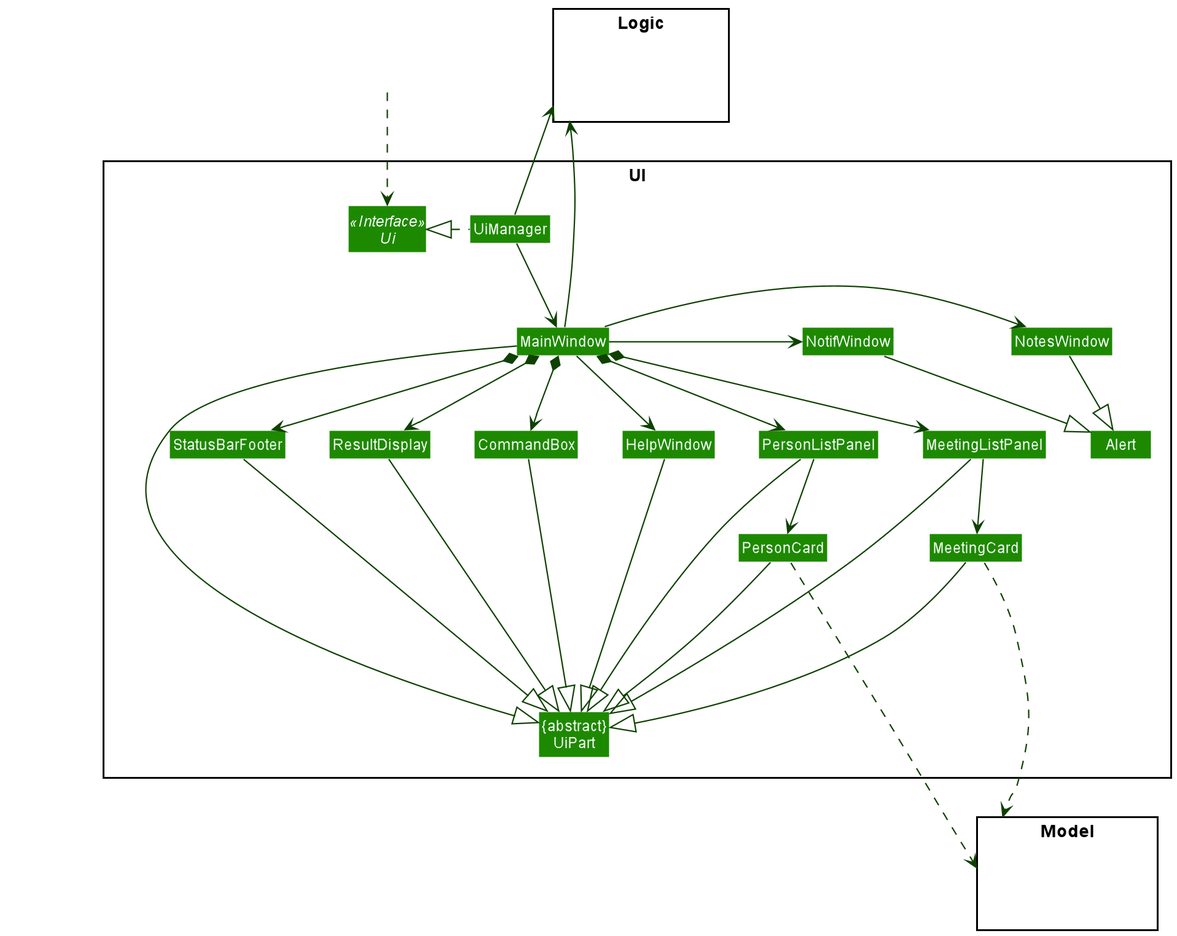
nus-cs2103-AY2021S2/tp keeps this PlantUML diagram as docs/images/UiClassDiagram.png. Above is the earlier version.
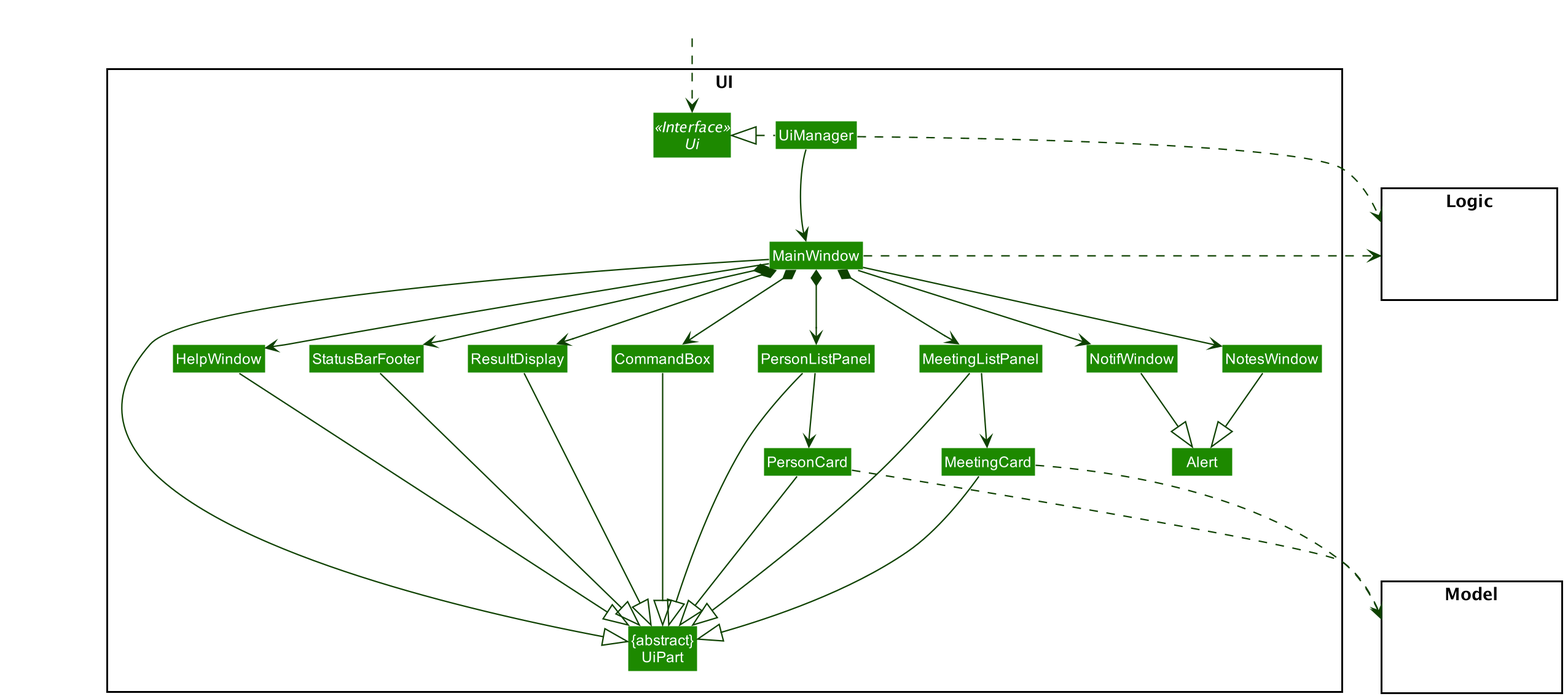
After the commit.

Change to the diagram source:
```diff
@@ -33,8 +33,10 @@
 Class HiddenOutside #FFFFFF
 HiddenOutside ..> Ui
 
-UiManager .left.|> Ui
+UiManager .left..|> Ui
 UiManager -down-> MainWindow
+UiManager -[hidden]down-> MainWindow
+
 MainWindow --> HelpWindow
 
 MainWindow *-down-> CommandBox
@@ -42,39 +44,37 @@
 MainWindow *-down-> PersonListPanel
 MainWindow *-down-> MeetingListPanel
 MainWindow *-down-> StatusBarFooter
-MainWindow -right-> NotesWindow
-MainWindow -right-> NotifWindow
+MainWindow --> NotesWindow
+MainWindow --> NotifWindow
 
 
 PersonListPanel -down-> PersonCard
 MeetingListPanel -down-> MeetingCard
 
-MainWindow -left-|> UiPart
 
 CommandBox --|> UiPart
 ResultDisplay --|> UiPart
 PersonListPanel --|> UiPart
-PersonCard --|> UiPart
+PersonCard ---|> UiPart
 MeetingListPanel --|> UiPart
 MeetingCard ---|> UiPart
 StatusBarFooter --|> UiPart
-HelpWindow -down-|> UiPart
+HelpWindow --|> UiPart
 NotesWindow  --|> Alert
 NotifWindow --|> Alert
+MainWindow -|> UiPart
 
-PersonCard ....> Model
-MeetingCard ....> Model
-UiManager -up-> Logic
-MainWindow -left-> Logic
+PersonCard ...> Model
+MeetingCard ...> Model
+UiManager .> Logic
+MainWindow .> Logic
 
 MeetingCard -[hidden]left- PersonCard
 
 MeetingListPanel -[hidden]left- PersonListPanel
-PersonListPanel -[hidden]left- HelpWindow
-HelpWindow -[hidden]left- CommandBox
+PersonListPanel -[hidden]left- CommandBox
 CommandBox -[hidden]left- ResultDisplay
 ResultDisplay -[hidden]left- StatusBarFooter
-Alert -[hidden]left- StatusBarFooter
+StatusBarFooter -[hidden]left- HelpWindow
 
-MainWindow -[hidden]-|> UiPart
 @enduml
```
